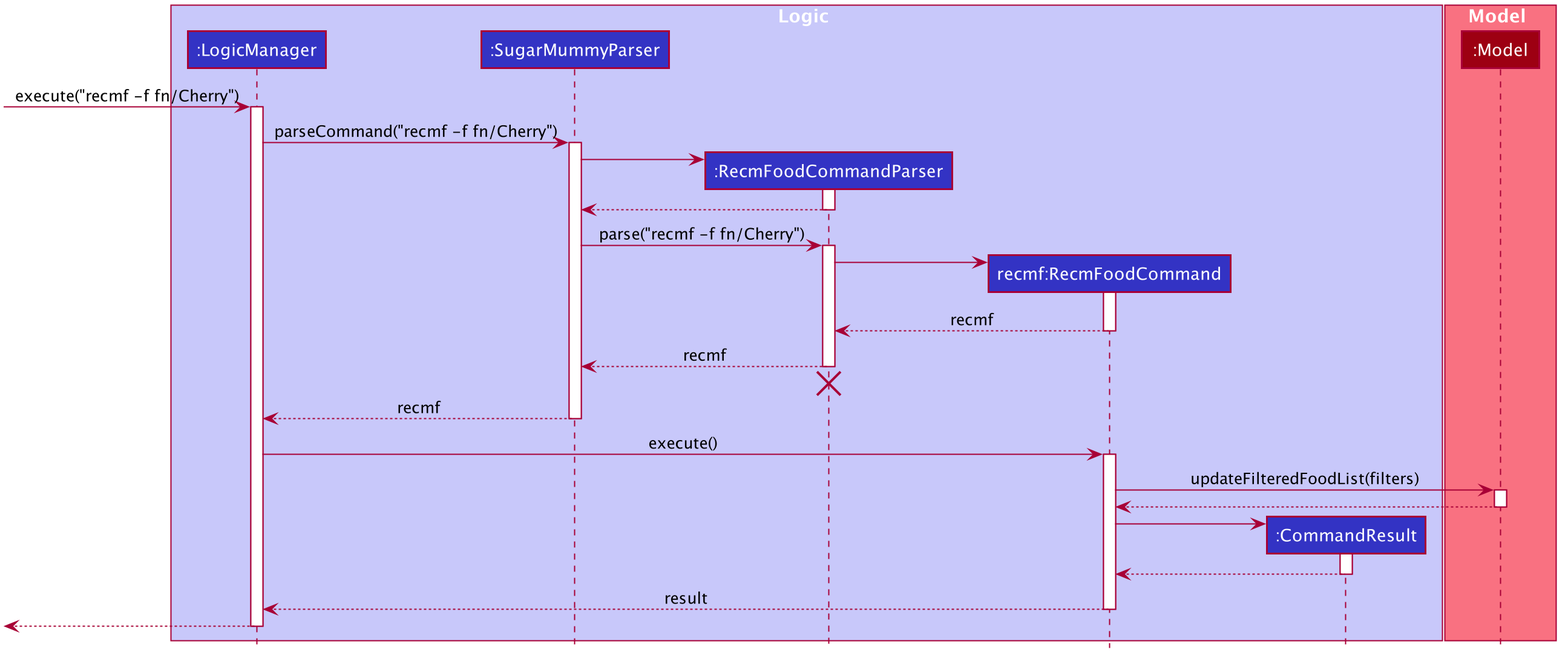
The PlantUML diagram docs/images/RecmFoodSequenceDiagram.png in nus-cs2103-AY1920S1/addressbook-level3, before a commit. Source of this version:
```plantuml
@startuml








skinparam BackgroundColor #FFFFFFF

skinparam Shadowing false

skinparam Class {
    FontColor #FFFFFF
    BorderThickness 1
    BorderColor #FFFFFF
    StereotypeFontColor #FFFFFF
    FontName Arial
}

skinparam Actor {
    BorderColor #000000
    Color #000000
    FontName Arial
}

skinparam Sequence {
    MessageAlign center
    BoxFontSize 15
    BoxPadding 0
    BoxFontColor #FFFFFF
    FontName Arial
}

skinparam Participant {
    FontColor #FFFFFFF
    Padding 20
}

skinparam MinClassWidth 50
skinparam ParticipantPadding 10
skinparam Shadowing false
skinparam DefaultTextAlignment center
skinparam packageStyle Rectangle

hide footbox
hide members
hide circle

box Logic #C8C8FA
participant ":LogicManager" as LogicManager #3333C4
participant ":SugarMummyParser" as SugarMummyParser #3333C4
participant ":RecmFoodCommandParser" as RecmFoodCommandParser #3333C4
participant "recmf:RecmFoodCommand" as RecmFoodCommand #3333C4
participant ":CommandResult" as CommandResult #3333C4
end box

box Model #F97181
participant ":Model" as Model #9D0012
end box

[-> LogicManager : execute("recmf -f fn/Cherry")
activate LogicManager

LogicManager -> SugarMummyParser : parseCommand("recmf -f fn/Cherry")
activate SugarMummyParser

create RecmFoodCommandParser
SugarMummyParser -> RecmFoodCommandParser
activate RecmFoodCommandParser

RecmFoodCommandParser --> SugarMummyParser
deactivate RecmFoodCommandParser

SugarMummyParser -> RecmFoodCommandParser : parse("recmf -f fn/Cherry")
activate RecmFoodCommandParser

create RecmFoodCommand
RecmFoodCommandParser -> RecmFoodCommand
activate RecmFoodCommand

RecmFoodCommand --> RecmFoodCommandParser : recmf
deactivate RecmFoodCommand

RecmFoodCommandParser --> SugarMummyParser : recmf
deactivate RecmFoodCommandParser
RecmFoodCommandParser -[hidden]-> SugarMummyParser
destroy RecmFoodCommandParser

SugarMummyParser --> LogicManager : recmf
deactivate SugarMummyParser

LogicManager -> RecmFoodCommand : execute()
activate RecmFoodCommand

RecmFoodCommand -> Model : updateFilteredFoodList(filters)
activate Model

Model --> RecmFoodCommand
deactivate Model

create CommandResult
RecmFoodCommand -> CommandResult
activate CommandResult

CommandResult --> RecmFoodCommand
deactivate CommandResult

RecmFoodCommand --> LogicManager : result
deactivate RecmFoodCommand

[<--LogicManager
deactivate LogicManager
@enduml
```
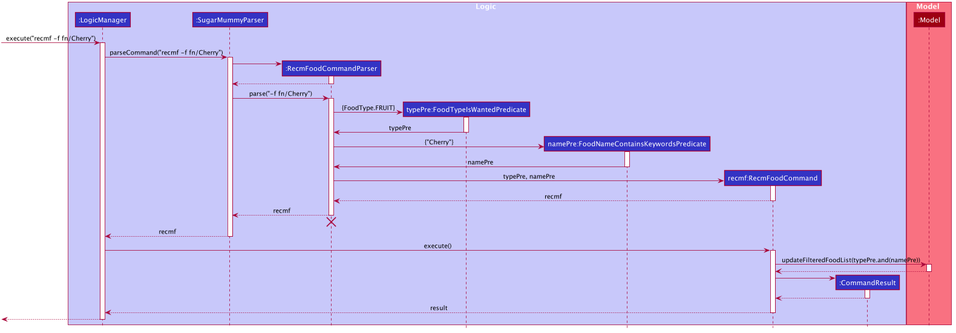
After the change.

The edit, as a diff of the source:
```diff
@@ -52,6 +52,8 @@
 participant ":LogicManager" as LogicManager #3333C4
 participant ":SugarMummyParser" as SugarMummyParser #3333C4
 participant ":RecmFoodCommandParser" as RecmFoodCommandParser #3333C4
+participant "typePre:FoodTypeIsWantedPredicate" as FoodTypeIsWantedPredicate #3333C4
+participant "namePre:FoodNameContainsKeywordsPredicate" as FoodNameContainsKeywordsPredicate #3333C4
 participant "recmf:RecmFoodCommand" as RecmFoodCommand #3333C4
 participant ":CommandResult" as CommandResult #3333C4
 end box
@@ -73,11 +75,23 @@
 RecmFoodCommandParser --> SugarMummyParser
 deactivate RecmFoodCommandParser
 
-SugarMummyParser -> RecmFoodCommandParser : parse("recmf -f fn/Cherry")
+SugarMummyParser -> RecmFoodCommandParser : parse("-f fn/Cherry")
 activate RecmFoodCommandParser
 
+create FoodTypeIsWantedPredicate
+RecmFoodCommandParser -> FoodTypeIsWantedPredicate : {FoodType.FRUIT}
+activate FoodTypeIsWantedPredicate
+FoodTypeIsWantedPredicate -> RecmFoodCommandParser : typePre
+deactivate FoodTypeIsWantedPredicate
+
+create FoodNameContainsKeywordsPredicate
+RecmFoodCommandParser -> FoodNameContainsKeywordsPredicate : {"Cherry"}
+activate FoodNameContainsKeywordsPredicate
+FoodNameContainsKeywordsPredicate -> RecmFoodCommandParser : namePre
+deactivate FoodNameContainsKeywordsPredicate
+
 create RecmFoodCommand
-RecmFoodCommandParser -> RecmFoodCommand
+RecmFoodCommandParser -> RecmFoodCommand : typePre, namePre
 activate RecmFoodCommand
 
 RecmFoodCommand --> RecmFoodCommandParser : recmf
@@ -94,7 +108,7 @@
 LogicManager -> RecmFoodCommand : execute()
 activate RecmFoodCommand
 
-RecmFoodCommand -> Model : updateFilteredFoodList(filters)
+RecmFoodCommand -> Model : updateFilteredFoodList(typePre.and(namePre))
 activate Model
 
 Model --> RecmFoodCommand
```
